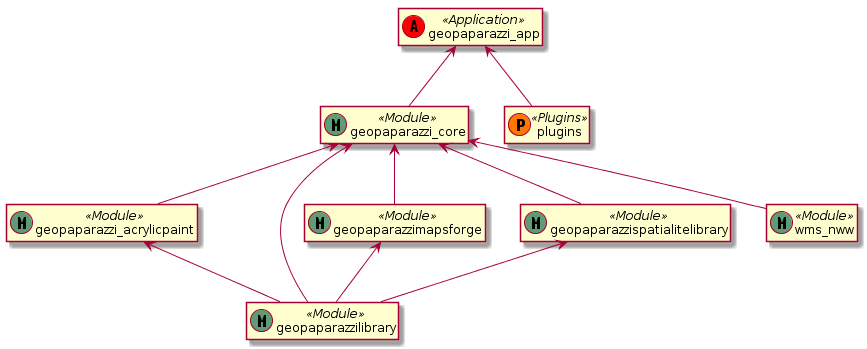
Earlier version of the PlantUML export userguide/development/modules_diagram.png (geopaparazzi/usermanual). Source of this version:
```plantuml
@startuml

class geopaparazzi_app << (A,#FF0000) Application >>
class geopaparazzi_acrylicpaint  << (M,#5d9d76) Module >>
class geopaparazzi_core  << (M,#5d9d76) Module >>
class geopaparazzilibrary  << (M,#5d9d76) Module >>
class geopaparazzimapsforge  << (M,#5d9d76) Module >>
class geopaparazzispatialitelibrary  << (M,#5d9d76) Module >>
class plugins  << (P,#FF7700) Plugins >>
class wms_nww  << (M,#5d9d76) Module >>

hide members

geopaparazzi_app <-- geopaparazzi_core
geopaparazzi_app <-- plugins
geopaparazzi_core <-- geopaparazzilibrary
geopaparazzi_core <-- geopaparazzispatialitelibrary
geopaparazzi_core <-- geopaparazzimapsforge
geopaparazzi_core <-- wms_nww
geopaparazzi_core <-- geopaparazzi_acrylicpaint
geopaparazzimapsforge <-- geopaparazzilibrary
geopaparazzispatialitelibrary <-- geopaparazzilibrary
geopaparazzi_acrylicpaint <-- geopaparazzilibrary
@enduml
```
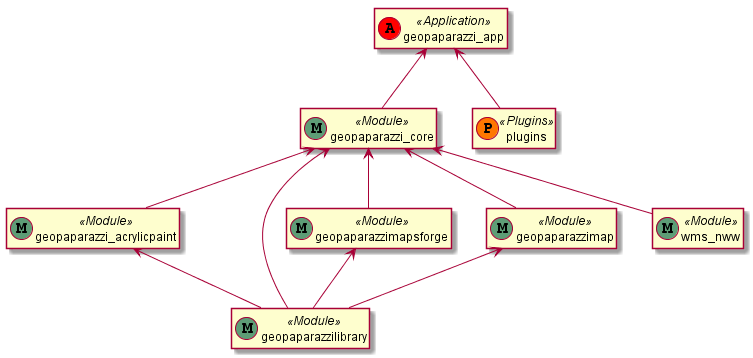
The same file after the commit.

The edit, as a diff of the source:
```diff
@@ -1,24 +1,24 @@
 @startuml
 
-class geopaparazzi_app << (A,#FF0000) Application >>
+class geopaparazzi_app           << (A,#FF0000) Application >>
 class geopaparazzi_acrylicpaint  << (M,#5d9d76) Module >>
-class geopaparazzi_core  << (M,#5d9d76) Module >>
-class geopaparazzilibrary  << (M,#5d9d76) Module >>
-class geopaparazzimapsforge  << (M,#5d9d76) Module >>
-class geopaparazzispatialitelibrary  << (M,#5d9d76) Module >>
-class plugins  << (P,#FF7700) Plugins >>
-class wms_nww  << (M,#5d9d76) Module >>
+class geopaparazzi_core          << (M,#5d9d76) Module >>
+class geopaparazzilibrary        << (M,#5d9d76) Module >>
+class geopaparazzimapsforge      << (M,#5d9d76) Module >>
+class geopaparazzimap            << (M,#5d9d76) Module >>
+class plugins                    << (P,#FF7700) Plugins >>
+class wms_nww                    << (M,#5d9d76) Module >>
 
 hide members
 
-geopaparazzi_app <-- geopaparazzi_core
-geopaparazzi_app <-- plugins
+geopaparazzi_app  <-- geopaparazzi_core
+geopaparazzi_app  <-- plugins
 geopaparazzi_core <-- geopaparazzilibrary
-geopaparazzi_core <-- geopaparazzispatialitelibrary
+geopaparazzi_core <-- geopaparazzimap
 geopaparazzi_core <-- geopaparazzimapsforge
 geopaparazzi_core <-- wms_nww
 geopaparazzi_core <-- geopaparazzi_acrylicpaint
 geopaparazzimapsforge <-- geopaparazzilibrary
-geopaparazzispatialitelibrary <-- geopaparazzilibrary
+geopaparazzimap <-- geopaparazzilibrary
 geopaparazzi_acrylicpaint <-- geopaparazzilibrary
 @enduml
```
